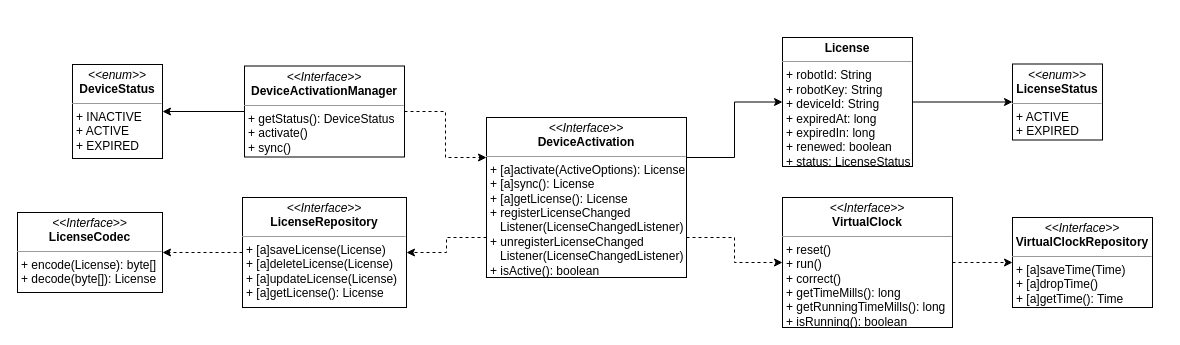
This is page "第 1 页" (1 of 2) of License.drawio from liuao2010/drawio, a draw.io file, before an edit. Source tidied: cells renumbered, new cells numbered last; positions are measured from the earlier drawing's top-left corner, leaving out a move shared by most shapes. Both pictures are drawn from the tidied source at 100%, with x=0, y=0 at pixel (17, 37).
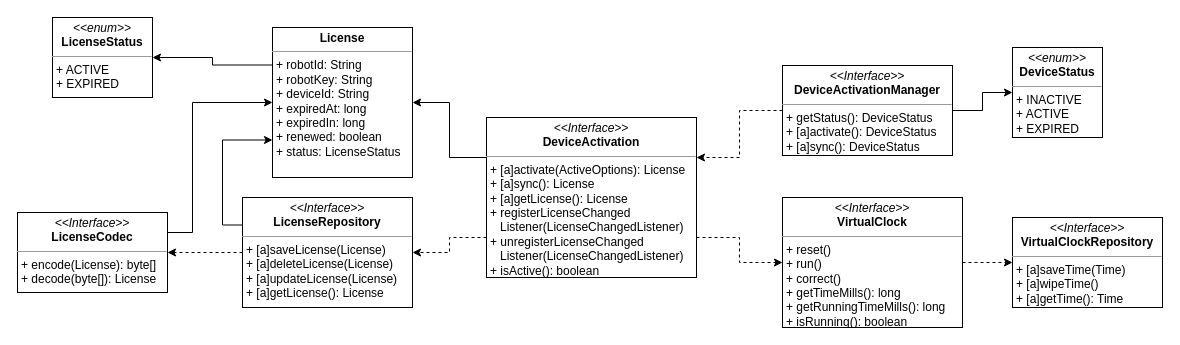
The same diagram, later.

Diff of the diagram source:
```diff
@@
+    <mxCell id="4" style="edgeStyle=orthogonalEdgeStyle;rounded=0;jettySize=auto;html=1;exitX=1;exitY=0.75;exitDx=0;exitDy=0;entryX=0;entryY=0.5;entryDx=0;entryDy=0;dashed=1;" parent="1" edge="1" source="5" target="7">
+      <mxGeometry relative="1" as="geometry" />
+    </mxCell>
-    <mxCell id="3" style="edgeStyle=orthogonalEdgeStyle;rounded=0;jettySize=auto;html=1;exitX=1;exitY=0.25;exitDx=0;exitDy=0;entryX=0;entryY=0.5;entryDx=0;entryDy=0;" parent="1" edge="1" source="5" target="9">
+    <mxCell id="3" style="edgeStyle=orthogonalEdgeStyle;rounded=0;jettySize=auto;html=1;exitX=0;exitY=0.25;exitDx=0;exitDy=0;entryX=1;entryY=0.5;entryDx=0;entryDy=0;" parent="1" edge="1" source="5" target="9">
       <mxGeometry relative="1" as="geometry" />
     </mxCell>
-    <mxCell id="4" style="edgeStyle=orthogonalEdgeStyle;rounded=0;jettySize=auto;html=1;exitX=1;exitY=0.75;exitDx=0;exitDy=0;entryX=0;entryY=0.5;entryDx=0;entryDy=0;dashed=1;" parent="1" edge="1" source="5" target="7">
-      <mxGeometry relative="1" as="geometry" />
-    </mxCell>
     <mxCell id="5" value="&lt;p style=&quot;margin: 0px ; margin-top: 4px ; text-align: center&quot;&gt;&lt;i&gt;&amp;lt;&amp;lt;Interface&amp;gt;&amp;gt;&lt;/i&gt;&lt;br&gt;&lt;b&gt;DeviceActivation&lt;/b&gt;&lt;/p&gt;&lt;hr size=&quot;1&quot;&gt;&lt;p style=&quot;margin: 0px ; margin-left: 4px&quot;&gt;+ [a]activate(ActiveOptions): License&lt;br&gt;+ [a]sync(): License&lt;/p&gt;&lt;p style=&quot;margin: 0px ; margin-left: 4px&quot;&gt;+ [a]getLicense(): License&lt;/p&gt;&lt;p style=&quot;margin: 0px ; margin-left: 4px&quot;&gt;+ registerLicenseChanged&lt;/p&gt;&lt;p style=&quot;margin: 0px ; margin-left: 4px&quot;&gt;&amp;nbsp; &amp;nbsp;Listener(&lt;span&gt;LicenseChangedListener)&lt;/span&gt;&lt;/p&gt;&lt;p style=&quot;margin: 0px ; margin-left: 4px&quot;&gt;+ unregisterLicenseChanged&lt;/p&gt;&lt;p style=&quot;margin: 0px ; margin-left: 4px&quot;&gt;&amp;nbsp; &amp;nbsp;Listener(LicenseChangedListener)&lt;br&gt;&lt;/p&gt;&lt;p style=&quot;margin: 0px ; margin-left: 4px&quot;&gt;+ isActive(): boolean&lt;/p&gt;" style="verticalAlign=top;align=left;overflow=fill;fontSize=12;fontFamily=Helvetica;html=1;" parent="1" vertex="1">
-      <mxGeometry x="469" y="80" width="200" height="160" as="geometry" />
+      <mxGeometry x="469" y="80" width="210" height="160" as="geometry" />
     </mxCell>
@@
     <mxCell id="7" value="&lt;p style=&quot;margin: 0px ; margin-top: 4px ; text-align: center&quot;&gt;&lt;i&gt;&amp;lt;&amp;lt;Interface&amp;gt;&amp;gt;&lt;/i&gt;&lt;br&gt;&lt;b&gt;VirtualClock&lt;/b&gt;&lt;/p&gt;&lt;hr size=&quot;1&quot;&gt;&lt;p style=&quot;margin: 0px ; margin-left: 4px&quot;&gt;+ reset()&lt;br&gt;+ run()&lt;/p&gt;&lt;p style=&quot;margin: 0px ; margin-left: 4px&quot;&gt;+ correct()&lt;/p&gt;&lt;p style=&quot;margin: 0px ; margin-left: 4px&quot;&gt;+ getTimeMills(): long&lt;/p&gt;&lt;p style=&quot;margin: 0px ; margin-left: 4px&quot;&gt;+ getRunningTimeMills(): long&lt;/p&gt;&lt;p style=&quot;margin: 0px ; margin-left: 4px&quot;&gt;+ isRunning(): boolean&lt;/p&gt;" style="verticalAlign=top;align=left;overflow=fill;fontSize=12;fontFamily=Helvetica;html=1;" parent="1" vertex="1">
-      <mxGeometry x="765" y="160" width="170" height="130" as="geometry" />
+      <mxGeometry x="765" y="160" width="180" height="130" as="geometry" />
     </mxCell>
-    <mxCell id="8" style="edgeStyle=orthogonalEdgeStyle;rounded=0;jettySize=auto;html=1;exitX=1;exitY=0.5;exitDx=0;exitDy=0;entryX=0;entryY=0.5;entryDx=0;entryDy=0;" parent="1" edge="1" source="9" target="14">
+    <mxCell id="8" style="edgeStyle=orthogonalEdgeStyle;rounded=0;jettySize=auto;html=1;exitX=0;exitY=0.25;exitDx=0;exitDy=0;entryX=1;entryY=0.5;entryDx=0;entryDy=0;" parent="1" edge="1" source="9" target="14">
       <mxGeometry relative="1" as="geometry" />
     </mxCell>
     <mxCell id="9" value="&lt;p style=&quot;margin: 0px ; margin-top: 4px ; text-align: center&quot;&gt;&lt;b&gt;License&lt;/b&gt;&lt;/p&gt;&lt;hr size=&quot;1&quot;&gt;&lt;p style=&quot;margin: 0px ; margin-left: 4px&quot;&gt;+ robotId: String&lt;/p&gt;&lt;p style=&quot;margin: 0px ; margin-left: 4px&quot;&gt;+ robotKey: String&lt;/p&gt;&lt;p style=&quot;margin: 0px ; margin-left: 4px&quot;&gt;+ deviceId: String&lt;/p&gt;&lt;p style=&quot;margin: 0px ; margin-left: 4px&quot;&gt;+ expiredAt: long&lt;/p&gt;&lt;p style=&quot;margin: 0px ; margin-left: 4px&quot;&gt;+ expiredIn: long&lt;/p&gt;&lt;p style=&quot;margin: 0px ; margin-left: 4px&quot;&gt;+ renewed: boolean&lt;/p&gt;&lt;p style=&quot;margin: 0px ; margin-left: 4px&quot;&gt;+ status: LicenseStatus&lt;/p&gt;&lt;p style=&quot;margin: 0px ; margin-left: 4px&quot;&gt;&lt;br&gt;&lt;/p&gt;" style="verticalAlign=top;align=left;overflow=fill;fontSize=12;fontFamily=Helvetica;html=1;" parent="1" vertex="1">
-      <mxGeometry x="765" width="130" height="129" as="geometry" />
+      <mxGeometry x="255" y="-10" width="140" height="150" as="geometry" />
     </mxCell>
@@
+    <mxCell id="19" style="edgeStyle=orthogonalEdgeStyle;rounded=0;jettySize=auto;html=1;exitX=0;exitY=0.25;exitDx=0;exitDy=0;entryX=0;entryY=0.75;entryDx=0;entryDy=0;" parent="1" edge="1" source="11" target="9">
+      <mxGeometry relative="1" as="geometry" />
+    </mxCell>
     <mxCell id="11" value="&lt;p style=&quot;margin: 0px ; margin-top: 4px ; text-align: center&quot;&gt;&lt;i&gt;&amp;lt;&amp;lt;Interface&amp;gt;&amp;gt;&lt;/i&gt;&lt;br&gt;&lt;b&gt;LicenseRepository&lt;/b&gt;&lt;/p&gt;&lt;hr size=&quot;1&quot;&gt;&lt;p style=&quot;margin: 0px ; margin-left: 4px&quot;&gt;+ [a]saveLicense(License)&lt;br&gt;+ [a]deleteLicense(License)&lt;/p&gt;&lt;p style=&quot;margin: 0px ; margin-left: 4px&quot;&gt;+ [a]updateLicense(License)&lt;/p&gt;&lt;p style=&quot;margin: 0px ; margin-left: 4px&quot;&gt;+ [a]getLicense(): License&lt;/p&gt;" style="verticalAlign=top;align=left;overflow=fill;fontSize=12;fontFamily=Helvetica;html=1;" parent="1" vertex="1">
-      <mxGeometry x="225" y="160" width="164" height="110" as="geometry" />
+      <mxGeometry x="225" y="160" width="170" height="110" as="geometry" />
     </mxCell>
+    <mxCell id="20" style="edgeStyle=orthogonalEdgeStyle;rounded=0;jettySize=auto;html=1;exitX=1;exitY=0.25;exitDx=0;exitDy=0;entryX=0;entryY=0.5;entryDx=0;entryDy=0;" parent="1" edge="1" source="12" target="9">
+      <mxGeometry relative="1" as="geometry">
+        <Array as="points">
+          <mxPoint x="175" y="195" />
+          <mxPoint x="175" y="65" />
+        </Array>
+      </mxGeometry>
+    </mxCell>
     <mxCell id="12" value="&lt;p style=&quot;margin: 0px ; margin-top: 4px ; text-align: center&quot;&gt;&lt;i&gt;&amp;lt;&amp;lt;Interface&amp;gt;&amp;gt;&lt;/i&gt;&lt;br&gt;&lt;b&gt;LicenseCodec&lt;/b&gt;&lt;/p&gt;&lt;hr size=&quot;1&quot;&gt;&lt;p style=&quot;margin: 0px ; margin-left: 4px&quot;&gt;+ encode(License): byte[]&lt;br&gt;+ decode(byte[]): License&lt;/p&gt;" style="verticalAlign=top;align=left;overflow=fill;fontSize=12;fontFamily=Helvetica;html=1;" parent="1" vertex="1">
-      <mxGeometry y="175" width="145" height="80" as="geometry" />
+      <mxGeometry y="175" width="150" height="80" as="geometry" />
     </mxCell>
     <mxCell id="13" value="&lt;p style=&quot;margin: 0px ; margin-top: 4px ; text-align: center&quot;&gt;&lt;i&gt;&amp;lt;&amp;lt;enum&amp;gt;&amp;gt;&lt;/i&gt;&lt;br&gt;&lt;b&gt;DeviceStatus&lt;/b&gt;&lt;/p&gt;&lt;hr size=&quot;1&quot;&gt;&lt;p style=&quot;margin: 0px ; margin-left: 4px&quot;&gt;+ INACTIVE&lt;br&gt;&lt;/p&gt;&lt;p style=&quot;margin: 0px ; margin-left: 4px&quot;&gt;+ ACTIVE&lt;/p&gt;&lt;p style=&quot;margin: 0px ; margin-left: 4px&quot;&gt;+ EXPIRED&lt;/p&gt;" style="verticalAlign=top;align=left;overflow=fill;fontSize=12;fontFamily=Helvetica;html=1;" parent="1" vertex="1">
-      <mxGeometry x="55" y="27" width="90" height="94" as="geometry" />
+      <mxGeometry x="995" y="10" width="90" height="90" as="geometry" />
     </mxCell>
     <mxCell id="14" value="&lt;p style=&quot;margin: 0px ; margin-top: 4px ; text-align: center&quot;&gt;&lt;i&gt;&amp;lt;&amp;lt;enum&amp;gt;&amp;gt;&lt;/i&gt;&lt;br&gt;&lt;b&gt;LicenseStatus&lt;/b&gt;&lt;br&gt;&lt;/p&gt;&lt;hr size=&quot;1&quot;&gt;&lt;p style=&quot;margin: 0px ; margin-left: 4px&quot;&gt;+ ACTIVE&lt;/p&gt;&lt;p style=&quot;margin: 0px ; margin-left: 4px&quot;&gt;+ EXPIRED&lt;/p&gt;" style="verticalAlign=top;align=left;overflow=fill;fontSize=12;fontFamily=Helvetica;html=1;" parent="1" vertex="1">
-      <mxGeometry x="995" y="26.5" width="90" height="76" as="geometry" />
+      <mxGeometry x="35" y="-20" width="100" height="80" as="geometry" />
     </mxCell>
-    <mxCell id="15" value="&lt;p style=&quot;margin: 0px ; margin-top: 4px ; text-align: center&quot;&gt;&lt;i&gt;&amp;lt;&amp;lt;Interface&amp;gt;&amp;gt;&lt;/i&gt;&lt;br&gt;&lt;b&gt;VirtualClockRepository&lt;/b&gt;&lt;/p&gt;&lt;hr size=&quot;1&quot;&gt;&lt;p style=&quot;margin: 0px ; margin-left: 4px&quot;&gt;+ [a]saveTime(Time)&lt;br&gt;+ [a]dropTime()&lt;/p&gt;&lt;p style=&quot;margin: 0px ; margin-left: 4px&quot;&gt;+ [a]getTime(): Time&lt;/p&gt;" style="verticalAlign=top;align=left;overflow=fill;fontSize=12;fontFamily=Helvetica;html=1;" parent="1" vertex="1">
-      <mxGeometry x="995" y="180" width="140" height="90" as="geometry" />
+    <mxCell id="15" value="&lt;p style=&quot;margin: 0px ; margin-top: 4px ; text-align: center&quot;&gt;&lt;i&gt;&amp;lt;&amp;lt;Interface&amp;gt;&amp;gt;&lt;/i&gt;&lt;br&gt;&lt;b&gt;VirtualClockRepository&lt;/b&gt;&lt;/p&gt;&lt;hr size=&quot;1&quot;&gt;&lt;p style=&quot;margin: 0px ; margin-left: 4px&quot;&gt;+ [a]saveTime(Time)&lt;br&gt;+ [a]wipeTime()&lt;/p&gt;&lt;p style=&quot;margin: 0px ; margin-left: 4px&quot;&gt;+ [a]getTime(): Time&lt;/p&gt;" style="verticalAlign=top;align=left;overflow=fill;fontSize=12;fontFamily=Helvetica;html=1;" parent="1" vertex="1">
+      <mxGeometry x="995" y="180" width="150" height="90" as="geometry" />
     </mxCell>
-    <mxCell id="16" style="edgeStyle=orthogonalEdgeStyle;rounded=0;jettySize=auto;html=1;exitX=1;exitY=0.5;exitDx=0;exitDy=0;entryX=0;entryY=0.25;entryDx=0;entryDy=0;dashed=1;" parent="1" edge="1" source="18" target="5">
+    <mxCell id="16" style="edgeStyle=orthogonalEdgeStyle;rounded=0;jettySize=auto;html=1;exitX=0;exitY=0.5;exitDx=0;exitDy=0;entryX=1;entryY=0.25;entryDx=0;entryDy=0;dashed=1;" parent="1" edge="1" source="18" target="5">
       <mxGeometry relative="1" as="geometry" />
     </mxCell>
-    <mxCell id="17" style="edgeStyle=orthogonalEdgeStyle;rounded=0;jettySize=auto;html=1;exitX=0;exitY=0.5;exitDx=0;exitDy=0;entryX=1;entryY=0.5;entryDx=0;entryDy=0;" parent="1" edge="1" source="18" target="13">
+    <mxCell id="17" style="edgeStyle=orthogonalEdgeStyle;rounded=0;jettySize=auto;html=1;exitX=1;exitY=0.5;exitDx=0;exitDy=0;entryX=0;entryY=0.5;entryDx=0;entryDy=0;" parent="1" edge="1" source="18" target="13">
       <mxGeometry relative="1" as="geometry" />
     </mxCell>
-    <mxCell id="18" value="&lt;p style=&quot;margin: 0px ; margin-top: 4px ; text-align: center&quot;&gt;&lt;i&gt;&amp;lt;&amp;lt;Interface&amp;gt;&amp;gt;&lt;/i&gt;&lt;br&gt;&lt;b&gt;DeviceActivationManager&lt;/b&gt;&lt;/p&gt;&lt;hr size=&quot;1&quot;&gt;&lt;p style=&quot;margin: 0px ; margin-left: 4px&quot;&gt;+ getStatus(): DeviceStatus&lt;br&gt;&lt;/p&gt;&lt;p style=&quot;margin: 0px ; margin-left: 4px&quot;&gt;+ activate()&lt;/p&gt;&lt;p style=&quot;margin: 0px ; margin-left: 4px&quot;&gt;+ sync()&lt;/p&gt;" style="verticalAlign=top;align=left;overflow=fill;fontSize=12;fontFamily=Helvetica;html=1;" parent="1" vertex="1">
-      <mxGeometry x="227" y="28.5" width="160" height="91" as="geometry" />
+    <mxCell id="18" value="&lt;p style=&quot;margin: 0px ; margin-top: 4px ; text-align: center&quot;&gt;&lt;i&gt;&amp;lt;&amp;lt;Interface&amp;gt;&amp;gt;&lt;/i&gt;&lt;br&gt;&lt;b&gt;DeviceActivationManager&lt;/b&gt;&lt;/p&gt;&lt;hr size=&quot;1&quot;&gt;&lt;p style=&quot;margin: 0px ; margin-left: 4px&quot;&gt;+ getStatus(): DeviceStatus&lt;br&gt;&lt;/p&gt;&lt;p style=&quot;margin: 0px ; margin-left: 4px&quot;&gt;+ [a]activate(): DeviceStatus&lt;/p&gt;&lt;p style=&quot;margin: 0px ; margin-left: 4px&quot;&gt;+ [a]sync(): DeviceStatus&lt;/p&gt;" style="verticalAlign=top;align=left;overflow=fill;fontSize=12;fontFamily=Helvetica;html=1;" parent="1" vertex="1">
+      <mxGeometry x="765" y="28" width="170" height="90" as="geometry" />
     </mxCell>
```
